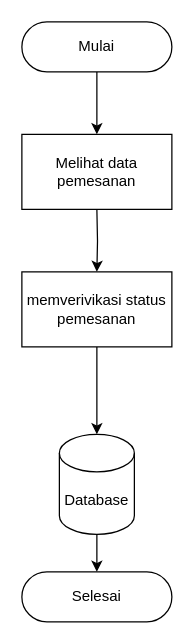
Earlier version of the draw.io diagram Resepsionis.drawio (Go-UKK/Flowcart). Source tidied: cells renumbered, new cells numbered last; positions are measured from the earlier drawing's top-left corner, leaving out a move shared by most shapes. Both pictures are drawn from the tidied source at 125%, with x=0, y=0 at pixel (21, 21).
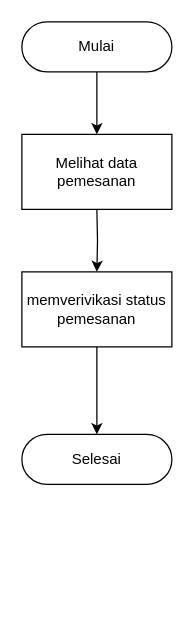
The same page after the edit.

What changed in the source:
```diff
@@
 <mxGraphModel>
   <root>
     <mxCell id="0" />
     <mxCell id="1" parent="0" />
     <mxCell id="2" style="edgeStyle=orthogonalEdgeStyle;rounded=0;jettySize=auto;html=1;" parent="1" edge="1" source="3" target="4">
       <mxGeometry relative="1" as="geometry" />
     </mxCell>
     <mxCell id="3" value="Mulai" style="rounded=1;whiteSpace=wrap;html=1;fontSize=12;glass=0;strokeWidth=1;shadow=0;arcSize=50;" parent="1" vertex="1">
       <mxGeometry width="120" height="40" as="geometry" />
     </mxCell>
     <mxCell id="4" value="Melihat data pemesanan" style="rounded=0;whiteSpace=wrap;html=1;" parent="1" vertex="1">
       <mxGeometry y="90" width="120" height="60" as="geometry" />
     </mxCell>
     <mxCell id="5" style="edgeStyle=orthogonalEdgeStyle;rounded=0;jettySize=auto;html=1;" parent="1" edge="1" target="7">
       <mxGeometry relative="1" as="geometry">
         <mxPoint x="60" y="150" as="sourcePoint" />
       </mxGeometry>
     </mxCell>
-    <mxCell id="6" style="edgeStyle=orthogonalEdgeStyle;rounded=0;jettySize=auto;html=1;" parent="1" edge="1" source="7" target="9">
-      <mxGeometry relative="1" as="geometry" />
+    <mxCell id="6" style="edgeStyle=orthogonalEdgeStyle;rounded=0;jettySize=auto;html=1;" parent="1" edge="1" source="7">
+      <mxGeometry relative="1" as="geometry">
+        <mxPoint x="60" y="330" as="targetPoint" />
+      </mxGeometry>
     </mxCell>
     <mxCell id="7" value="memverivikasi status pemesanan" style="whiteSpace=wrap;html=1;rounded=0;" parent="1" vertex="1">
       <mxGeometry y="200" width="120" height="60" as="geometry" />
     </mxCell>
-    <mxCell id="8" style="edgeStyle=orthogonalEdgeStyle;rounded=0;jettySize=auto;html=1;" parent="1" edge="1" source="9" target="10">
-      <mxGeometry relative="1" as="geometry" />
-    </mxCell>
-    <mxCell id="9" value="Database" style="shape=cylinder3;whiteSpace=wrap;html=1;boundedLbl=1;backgroundOutline=1;size=15;" parent="1" vertex="1">
-      <mxGeometry x="30" y="330" width="60" height="80" as="geometry" />
-    </mxCell>
     <mxCell id="10" value="Selesai" style="rounded=1;whiteSpace=wrap;html=1;fontSize=12;glass=0;strokeWidth=1;shadow=0;arcSize=50;" parent="1" vertex="1">
-      <mxGeometry y="440" width="120" height="40" as="geometry" />
+      <mxGeometry y="330" width="120" height="40" as="geometry" />
     </mxCell>
   </root>
 </mxGraphModel>
```
